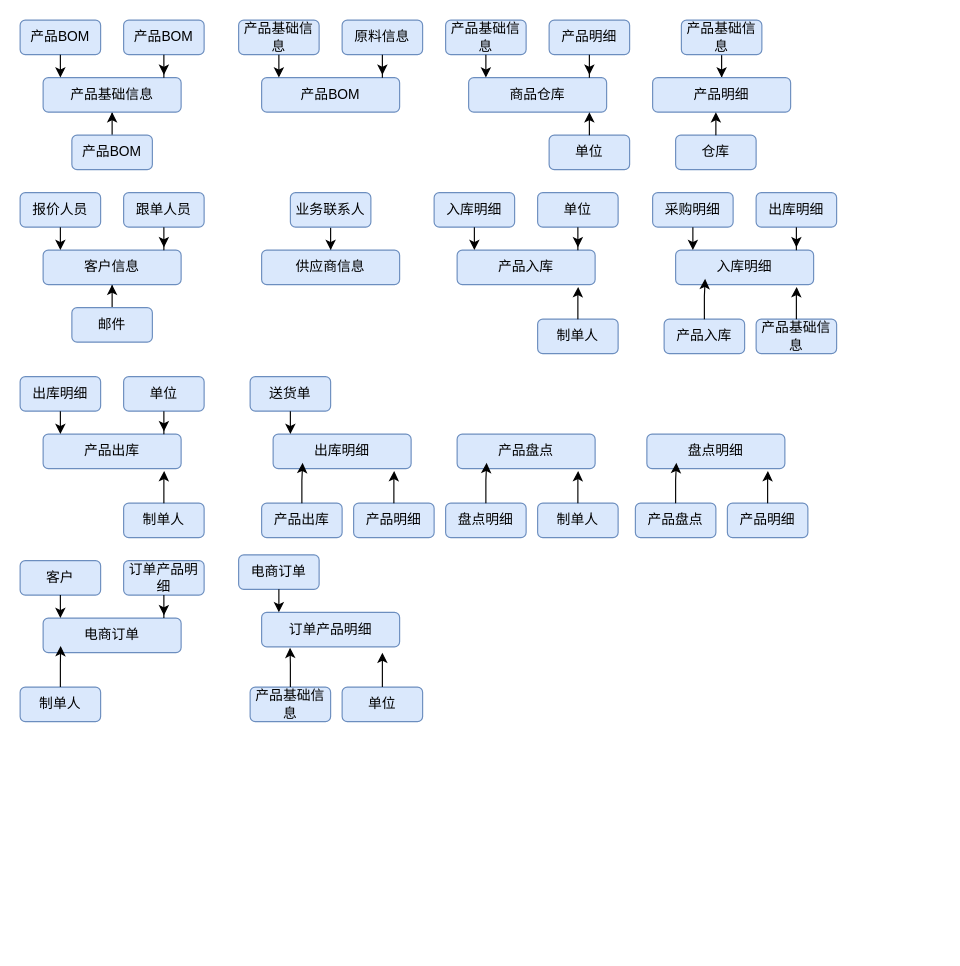
The draw.io diagram ERDiagram.drawio in sbosleo/sbosmobile, before the edit. Source tidied: cells renumbered, new cells numbered last; positions are measured from the earlier drawing's top-left corner, leaving out a move shared by most shapes. Both pictures are drawn from the tidied source at 115%, with x=0, y=0 at pixel (20, 20).
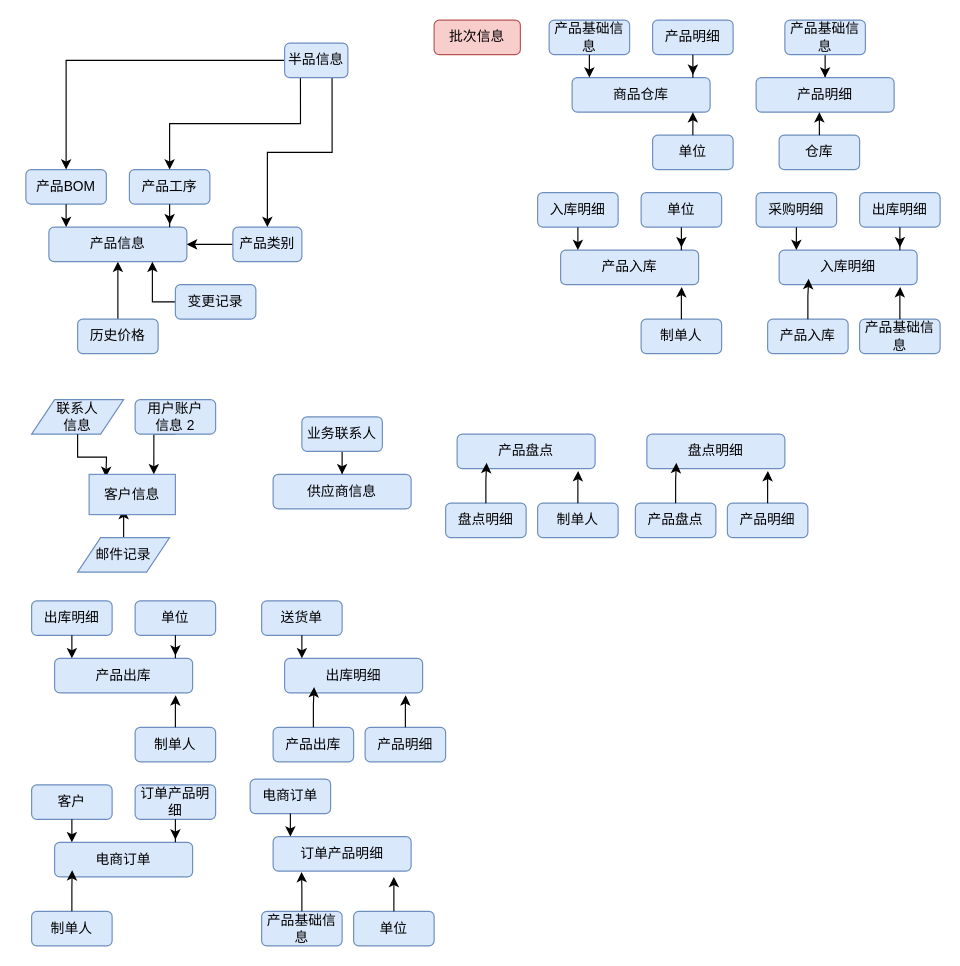
After the change.

Diff of the diagram source:
```diff
@@
     <mxCell id="2" value="产品BOM" style="rounded=1;whiteSpace=wrap;html=1;fillColor=#dae8fc;strokeColor=#6c8ebf;" parent="1" vertex="1">
-      <mxGeometry width="70" height="30" as="geometry" />
+      <mxGeometry x="5" y="130" width="70" height="30" as="geometry" />
     </mxCell>
-    <mxCell id="3" value="产品BOM" style="rounded=1;whiteSpace=wrap;html=1;fillColor=#dae8fc;strokeColor=#6c8ebf;" parent="1" vertex="1">
-      <mxGeometry x="90" width="70" height="30" as="geometry" />
+    <mxCell id="3" value="产品工序" style="rounded=1;whiteSpace=wrap;html=1;fillColor=#dae8fc;strokeColor=#6c8ebf;" parent="1" vertex="1">
+      <mxGeometry x="95" y="130" width="70" height="30" as="geometry" />
     </mxCell>
@@
-    <mxCell id="5" value="产品BOM" style="rounded=1;whiteSpace=wrap;html=1;fillColor=#dae8fc;strokeColor=#6c8ebf;" parent="1" vertex="1">
-      <mxGeometry x="45" y="100" width="70" height="30" as="geometry" />
+    <mxCell id="5" value="历史价格" style="rounded=1;whiteSpace=wrap;html=1;fillColor=#dae8fc;strokeColor=#6c8ebf;" parent="1" vertex="1">
+      <mxGeometry x="50" y="260" width="70" height="30" as="geometry" />
     </mxCell>
-    <mxCell id="6" value="产品基础信息" style="rounded=1;whiteSpace=wrap;html=1;fillColor=#dae8fc;strokeColor=#6c8ebf;" parent="1" vertex="1">
-      <mxGeometry x="20" y="50" width="120" height="30" as="geometry" />
+    <mxCell id="6" value="产品信息" style="rounded=1;whiteSpace=wrap;html=1;fillColor=#dae8fc;strokeColor=#6c8ebf;" parent="1" vertex="1">
+      <mxGeometry x="25" y="180" width="120" height="30" as="geometry" />
     </mxCell>
@@
-    <mxCell id="9" value="产品基础信息" style="rounded=1;whiteSpace=wrap;html=1;fillColor=#dae8fc;strokeColor=#6c8ebf;" parent="1" vertex="1">
-      <mxGeometry x="190" width="70" height="30" as="geometry" />
-    </mxCell>
-    <mxCell id="10" value="原料信息" style="rounded=1;whiteSpace=wrap;html=1;fillColor=#dae8fc;strokeColor=#6c8ebf;" parent="1" vertex="1">
-      <mxGeometry x="280" width="70" height="30" as="geometry" />
-    </mxCell>
-    <mxCell id="11" value="产品BOM" style="rounded=1;whiteSpace=wrap;html=1;fillColor=#dae8fc;strokeColor=#6c8ebf;" parent="1" vertex="1">
-      <mxGeometry x="210" y="50" width="120" height="30" as="geometry" />
-    </mxCell>
-    <mxCell id="12" style="edgeStyle=orthogonalEdgeStyle;rounded=0;jettySize=auto;html=1;entryX=0.13;entryY=-0.006;entryDx=0;entryDy=0;entryPerimeter=0;" parent="1" edge="1" source="9" target="11">
-      <mxGeometry relative="1" as="geometry" />
-    </mxCell>
-    <mxCell id="13" style="edgeStyle=orthogonalEdgeStyle;rounded=0;jettySize=auto;html=1;entryX=0.875;entryY=-0.079;entryDx=0;entryDy=0;entryPerimeter=0;" parent="1" edge="1" source="10" target="11">
-      <mxGeometry relative="1" as="geometry" />
-    </mxCell>
-    <mxCell id="14" value="报价人员" style="rounded=1;whiteSpace=wrap;html=1;fillColor=#dae8fc;strokeColor=#6c8ebf;" parent="1" vertex="1">
-      <mxGeometry y="150" width="70" height="30" as="geometry" />
-    </mxCell>
+    <mxCell id="20" style="edgeStyle=orthogonalEdgeStyle;rounded=0;jettySize=auto;html=1;exitX=0.5;exitY=1;exitDx=0;exitDy=0;entryX=0.75;entryY=0;entryDx=0;entryDy=0;" parent="1" edge="1" source="15" target="18">
+      <mxGeometry relative="1" as="geometry" />
+    </mxCell>
-    <mxCell id="15" value="跟单人员" style="rounded=1;whiteSpace=wrap;html=1;fillColor=#dae8fc;strokeColor=#6c8ebf;" parent="1" vertex="1">
-      <mxGeometry x="90" y="150" width="70" height="30" as="geometry" />
+    <mxCell id="15" value="用户账户&lt;div&gt;信息 2&lt;/div&gt;" style="rounded=1;whiteSpace=wrap;html=1;fillColor=#dae8fc;strokeColor=#6c8ebf;" parent="1" vertex="1">
+      <mxGeometry x="100" y="330" width="70" height="30" as="geometry" />
     </mxCell>
-    <mxCell id="16" style="edgeStyle=orthogonalEdgeStyle;rounded=0;jettySize=auto;html=1;entryX=0.5;entryY=1;entryDx=0;entryDy=0;" parent="1" edge="1" source="17" target="18">
-      <mxGeometry relative="1" as="geometry" />
+    <mxCell id="16" style="edgeStyle=orthogonalEdgeStyle;rounded=0;jettySize=auto;html=1;entryX=0.5;entryY=1;entryDx=0;entryDy=0;exitX=0.5;exitY=0;exitDx=0;exitDy=0;" parent="1" edge="1" source="101">
+      <mxGeometry relative="1" as="geometry">
+        <mxPoint x="90" y="425" as="targetPoint" />
+      </mxGeometry>
     </mxCell>
-    <mxCell id="17" value="邮件" style="rounded=1;whiteSpace=wrap;html=1;fillColor=#dae8fc;strokeColor=#6c8ebf;" parent="1" vertex="1">
-      <mxGeometry x="45" y="250" width="70" height="30" as="geometry" />
-    </mxCell>
-    <mxCell id="18" value="客户信息" style="rounded=1;whiteSpace=wrap;html=1;fillColor=#dae8fc;strokeColor=#6c8ebf;" parent="1" vertex="1">
-      <mxGeometry x="20" y="200" width="120" height="30" as="geometry" />
-    </mxCell>
-    <mxCell id="19" style="edgeStyle=orthogonalEdgeStyle;rounded=0;jettySize=auto;html=1;entryX=0.13;entryY=-0.006;entryDx=0;entryDy=0;entryPerimeter=0;" parent="1" edge="1" source="14" target="18">
-      <mxGeometry relative="1" as="geometry" />
-    </mxCell>
-    <mxCell id="20" style="edgeStyle=orthogonalEdgeStyle;rounded=0;jettySize=auto;html=1;entryX=0.875;entryY=-0.079;entryDx=0;entryDy=0;entryPerimeter=0;" parent="1" edge="1" source="15" target="18">
-      <mxGeometry relative="1" as="geometry" />
-    </mxCell>
@@
     <mxCell id="22" value="业务联系人" style="rounded=1;whiteSpace=wrap;html=1;fillColor=#dae8fc;strokeColor=#6c8ebf;" parent="1" vertex="1">
-      <mxGeometry x="235" y="150" width="70" height="30" as="geometry" />
+      <mxGeometry x="245" y="345" width="70" height="30" as="geometry" />
     </mxCell>
     <mxCell id="23" value="供应商信息" style="rounded=1;whiteSpace=wrap;html=1;fillColor=#dae8fc;strokeColor=#6c8ebf;" parent="1" vertex="1">
-      <mxGeometry x="210" y="200" width="120" height="30" as="geometry" />
+      <mxGeometry x="220" y="395" width="120" height="30" as="geometry" />
     </mxCell>
     <mxCell id="24" value="产品基础信息" style="rounded=1;whiteSpace=wrap;html=1;fillColor=#dae8fc;strokeColor=#6c8ebf;" parent="1" vertex="1">
-      <mxGeometry x="370" width="70" height="30" as="geometry" />
+      <mxGeometry x="460" width="70" height="30" as="geometry" />
     </mxCell>
     <mxCell id="25" value="产品明细" style="rounded=1;whiteSpace=wrap;html=1;fillColor=#dae8fc;strokeColor=#6c8ebf;" parent="1" vertex="1">
-      <mxGeometry x="460" width="70" height="30" as="geometry" />
+      <mxGeometry x="550" width="70" height="30" as="geometry" />
     </mxCell>
     <mxCell id="26" value="仓库" style="rounded=1;whiteSpace=wrap;html=1;fillColor=#dae8fc;strokeColor=#6c8ebf;" parent="1" vertex="1">
-      <mxGeometry x="570" y="100" width="70" height="30" as="geometry" />
+      <mxGeometry x="660" y="100" width="70" height="30" as="geometry" />
     </mxCell>
     <mxCell id="27" value="商品仓库" style="rounded=1;whiteSpace=wrap;html=1;fillColor=#dae8fc;strokeColor=#6c8ebf;" parent="1" vertex="1">
-      <mxGeometry x="390" y="50" width="120" height="30" as="geometry" />
+      <mxGeometry x="480" y="50" width="120" height="30" as="geometry" />
     </mxCell>
@@
     <mxCell id="30" value="单位" style="rounded=1;whiteSpace=wrap;html=1;fillColor=#dae8fc;strokeColor=#6c8ebf;" parent="1" vertex="1">
-      <mxGeometry x="460" y="100" width="70" height="30" as="geometry" />
+      <mxGeometry x="550" y="100" width="70" height="30" as="geometry" />
     </mxCell>
@@
     <mxCell id="32" value="产品基础信息" style="rounded=1;whiteSpace=wrap;html=1;fillColor=#dae8fc;strokeColor=#6c8ebf;" parent="1" vertex="1">
-      <mxGeometry x="575" width="70" height="30" as="geometry" />
+      <mxGeometry x="665" width="70" height="30" as="geometry" />
     </mxCell>
     <mxCell id="33" value="产品明细" style="rounded=1;whiteSpace=wrap;html=1;fillColor=#dae8fc;strokeColor=#6c8ebf;" parent="1" vertex="1">
-      <mxGeometry x="550" y="50" width="120" height="30" as="geometry" />
+      <mxGeometry x="640" y="50" width="120" height="30" as="geometry" />
     </mxCell>
@@
     <mxCell id="35" value="入库明细" style="rounded=1;whiteSpace=wrap;html=1;fillColor=#dae8fc;strokeColor=#6c8ebf;" parent="1" vertex="1">
-      <mxGeometry x="360" y="150" width="70" height="30" as="geometry" />
+      <mxGeometry x="450" y="150" width="70" height="30" as="geometry" />
     </mxCell>
     <mxCell id="36" value="单位" style="rounded=1;whiteSpace=wrap;html=1;fillColor=#dae8fc;strokeColor=#6c8ebf;" parent="1" vertex="1">
-      <mxGeometry x="450" y="150" width="70" height="30" as="geometry" />
+      <mxGeometry x="540" y="150" width="70" height="30" as="geometry" />
     </mxCell>
     <mxCell id="37" value="产品入库" style="rounded=1;whiteSpace=wrap;html=1;fillColor=#dae8fc;strokeColor=#6c8ebf;" parent="1" vertex="1">
-      <mxGeometry x="380" y="200" width="120" height="30" as="geometry" />
+      <mxGeometry x="470" y="200" width="120" height="30" as="geometry" />
     </mxCell>
@@
     <mxCell id="40" value="制单人" style="rounded=1;whiteSpace=wrap;html=1;fillColor=#dae8fc;strokeColor=#6c8ebf;" parent="1" vertex="1">
-      <mxGeometry x="450" y="260" width="70" height="30" as="geometry" />
+      <mxGeometry x="540" y="260" width="70" height="30" as="geometry" />
     </mxCell>
@@
     <mxCell id="42" value="采购明细" style="rounded=1;whiteSpace=wrap;html=1;fillColor=#dae8fc;strokeColor=#6c8ebf;" parent="1" vertex="1">
-      <mxGeometry x="550" y="150" width="70" height="30" as="geometry" />
+      <mxGeometry x="640" y="150" width="70" height="30" as="geometry" />
     </mxCell>
     <mxCell id="43" value="出库明细" style="rounded=1;whiteSpace=wrap;html=1;fillColor=#dae8fc;strokeColor=#6c8ebf;" parent="1" vertex="1">
-      <mxGeometry x="640" y="150" width="70" height="30" as="geometry" />
+      <mxGeometry x="730" y="150" width="70" height="30" as="geometry" />
     </mxCell>
     <mxCell id="44" value="入库明细" style="rounded=1;whiteSpace=wrap;html=1;fillColor=#dae8fc;strokeColor=#6c8ebf;" parent="1" vertex="1">
-      <mxGeometry x="570" y="200" width="120" height="30" as="geometry" />
+      <mxGeometry x="660" y="200" width="120" height="30" as="geometry" />
     </mxCell>
@@
     <mxCell id="47" value="产品基础信息" style="rounded=1;whiteSpace=wrap;html=1;fillColor=#dae8fc;strokeColor=#6c8ebf;" parent="1" vertex="1">
-      <mxGeometry x="640" y="260" width="70" height="30" as="geometry" />
+      <mxGeometry x="730" y="260" width="70" height="30" as="geometry" />
     </mxCell>
@@
     <mxCell id="49" value="产品入库" style="rounded=1;whiteSpace=wrap;html=1;fillColor=#dae8fc;strokeColor=#6c8ebf;" parent="1" vertex="1">
-      <mxGeometry x="560" y="260" width="70" height="30" as="geometry" />
+      <mxGeometry x="650" y="260" width="70" height="30" as="geometry" />
     </mxCell>
@@
     <mxCell id="52" value="出库明细" style="rounded=1;whiteSpace=wrap;html=1;fillColor=#dae8fc;strokeColor=#6c8ebf;" parent="1" vertex="1">
-      <mxGeometry y="310" width="70" height="30" as="geometry" />
+      <mxGeometry x="10" y="505" width="70" height="30" as="geometry" />
     </mxCell>
     <mxCell id="53" value="单位" style="rounded=1;whiteSpace=wrap;html=1;fillColor=#dae8fc;strokeColor=#6c8ebf;" parent="1" vertex="1">
-      <mxGeometry x="90" y="310" width="70" height="30" as="geometry" />
+      <mxGeometry x="100" y="505" width="70" height="30" as="geometry" />
     </mxCell>
     <mxCell id="54" value="产品出库" style="rounded=1;whiteSpace=wrap;html=1;fillColor=#dae8fc;strokeColor=#6c8ebf;" parent="1" vertex="1">
-      <mxGeometry x="20" y="360" width="120" height="30" as="geometry" />
+      <mxGeometry x="30" y="555" width="120" height="30" as="geometry" />
     </mxCell>
@@
     <mxCell id="57" value="制单人" style="rounded=1;whiteSpace=wrap;html=1;fillColor=#dae8fc;strokeColor=#6c8ebf;" parent="1" vertex="1">
-      <mxGeometry x="90" y="420" width="70" height="30" as="geometry" />
+      <mxGeometry x="100" y="615" width="70" height="30" as="geometry" />
     </mxCell>
@@
     <mxCell id="59" value="送货单" style="rounded=1;whiteSpace=wrap;html=1;fillColor=#dae8fc;strokeColor=#6c8ebf;" parent="1" vertex="1">
-      <mxGeometry x="200" y="310" width="70" height="30" as="geometry" />
+      <mxGeometry x="210" y="505" width="70" height="30" as="geometry" />
     </mxCell>
     <mxCell id="60" value="出库明细" style="rounded=1;whiteSpace=wrap;html=1;fillColor=#dae8fc;strokeColor=#6c8ebf;" parent="1" vertex="1">
-      <mxGeometry x="220" y="360" width="120" height="30" as="geometry" />
+      <mxGeometry x="230" y="555" width="120" height="30" as="geometry" />
     </mxCell>
@@
     <mxCell id="62" value="产品明细" style="rounded=1;whiteSpace=wrap;html=1;fillColor=#dae8fc;strokeColor=#6c8ebf;" parent="1" vertex="1">
-      <mxGeometry x="290" y="420" width="70" height="30" as="geometry" />
+      <mxGeometry x="300" y="615" width="70" height="30" as="geometry" />
     </mxCell>
@@
     <mxCell id="64" value="产品出库" style="rounded=1;whiteSpace=wrap;html=1;fillColor=#dae8fc;strokeColor=#6c8ebf;" parent="1" vertex="1">
-      <mxGeometry x="210" y="420" width="70" height="30" as="geometry" />
+      <mxGeometry x="220" y="615" width="70" height="30" as="geometry" />
     </mxCell>
@@
     <mxCell id="76" value="客户" style="rounded=1;whiteSpace=wrap;html=1;fillColor=#dae8fc;strokeColor=#6c8ebf;" parent="1" vertex="1">
-      <mxGeometry y="470" width="70" height="30" as="geometry" />
+      <mxGeometry x="10" y="665" width="70" height="30" as="geometry" />
     </mxCell>
     <mxCell id="77" value="订单产品明细" style="rounded=1;whiteSpace=wrap;html=1;fillColor=#dae8fc;strokeColor=#6c8ebf;" parent="1" vertex="1">
-      <mxGeometry x="90" y="470" width="70" height="30" as="geometry" />
+      <mxGeometry x="100" y="665" width="70" height="30" as="geometry" />
     </mxCell>
     <mxCell id="78" value="电商订单" style="rounded=1;whiteSpace=wrap;html=1;fillColor=#dae8fc;strokeColor=#6c8ebf;" parent="1" vertex="1">
-      <mxGeometry x="20" y="520" width="120" height="30" as="geometry" />
+      <mxGeometry x="30" y="715" width="120" height="30" as="geometry" />
     </mxCell>
@@
     <mxCell id="81" value="制单人" style="rounded=1;whiteSpace=wrap;html=1;fillColor=#dae8fc;strokeColor=#6c8ebf;" parent="1" vertex="1">
-      <mxGeometry y="580" width="70" height="30" as="geometry" />
+      <mxGeometry x="10" y="775" width="70" height="30" as="geometry" />
     </mxCell>
@@
     <mxCell id="83" value="电商订单" style="rounded=1;whiteSpace=wrap;html=1;fillColor=#dae8fc;strokeColor=#6c8ebf;" parent="1" vertex="1">
-      <mxGeometry x="190" y="465" width="70" height="30" as="geometry" />
+      <mxGeometry x="200" y="660" width="70" height="30" as="geometry" />
     </mxCell>
     <mxCell id="84" value="订单产品明细" style="rounded=1;whiteSpace=wrap;html=1;fillColor=#dae8fc;strokeColor=#6c8ebf;" parent="1" vertex="1">
-      <mxGeometry x="210" y="515" width="120" height="30" as="geometry" />
+      <mxGeometry x="220" y="710" width="120" height="30" as="geometry" />
     </mxCell>
@@
     <mxCell id="86" value="产品基础信息" style="rounded=1;whiteSpace=wrap;html=1;fillColor=#dae8fc;strokeColor=#6c8ebf;" parent="1" vertex="1">
-      <mxGeometry x="200" y="580" width="70" height="30" as="geometry" />
+      <mxGeometry x="210" y="775" width="70" height="30" as="geometry" />
     </mxCell>
     <mxCell id="87" value="单位" style="rounded=1;whiteSpace=wrap;html=1;fillColor=#dae8fc;strokeColor=#6c8ebf;" parent="1" vertex="1">
-      <mxGeometry x="280" y="580" width="70" height="30" as="geometry" />
+      <mxGeometry x="290" y="775" width="70" height="30" as="geometry" />
     </mxCell>
@@
+    <mxCell id="90" style="edgeStyle=orthogonalEdgeStyle;rounded=0;jettySize=auto;html=1;exitX=0;exitY=0.5;exitDx=0;exitDy=0;entryX=1;entryY=0.5;entryDx=0;entryDy=0;" parent="1" edge="1" source="91" target="6">
+      <mxGeometry relative="1" as="geometry" />
+    </mxCell>
+    <mxCell id="91" value="产品类别" style="rounded=1;whiteSpace=wrap;html=1;fillColor=#dae8fc;strokeColor=#6c8ebf;" parent="1" vertex="1">
+      <mxGeometry x="185" y="180" width="60" height="30" as="geometry" />
+    </mxCell>
+    <mxCell id="92" style="edgeStyle=orthogonalEdgeStyle;rounded=0;jettySize=auto;html=1;exitX=0;exitY=0.5;exitDx=0;exitDy=0;entryX=0.75;entryY=1;entryDx=0;entryDy=0;" parent="1" edge="1" source="93" target="6">
+      <mxGeometry relative="1" as="geometry" />
+    </mxCell>
+    <mxCell id="93" value="变更记录" style="rounded=1;whiteSpace=wrap;html=1;fillColor=#dae8fc;strokeColor=#6c8ebf;" parent="1" vertex="1">
+      <mxGeometry x="135" y="230" width="70" height="30" as="geometry" />
+    </mxCell>
+    <mxCell id="94" value="批次信息" style="rounded=1;whiteSpace=wrap;html=1;fillColor=#f8cecc;strokeColor=#b85450;" parent="1" vertex="1">
+      <mxGeometry x="360" width="75" height="30" as="geometry" />
+    </mxCell>
+    <mxCell id="95" style="edgeStyle=orthogonalEdgeStyle;rounded=0;jettySize=auto;html=1;exitX=0;exitY=0.5;exitDx=0;exitDy=0;entryX=0.5;entryY=0;entryDx=0;entryDy=0;" parent="1" edge="1" source="98" target="2">
+      <mxGeometry relative="1" as="geometry" />
+    </mxCell>
+    <mxCell id="96" style="edgeStyle=orthogonalEdgeStyle;rounded=0;jettySize=auto;html=1;exitX=0.25;exitY=1;exitDx=0;exitDy=0;entryX=0.5;entryY=0;entryDx=0;entryDy=0;" parent="1" edge="1" source="98" target="3">
+      <mxGeometry relative="1" as="geometry" />
+    </mxCell>
+    <mxCell id="97" style="edgeStyle=orthogonalEdgeStyle;rounded=0;jettySize=auto;html=1;exitX=0.75;exitY=1;exitDx=0;exitDy=0;" parent="1" edge="1" source="98" target="91">
+      <mxGeometry relative="1" as="geometry" />
+    </mxCell>
+    <mxCell id="98" value="半品信息" style="rounded=1;whiteSpace=wrap;html=1;fillColor=#dae8fc;strokeColor=#6c8ebf;" parent="1" vertex="1">
+      <mxGeometry x="230" y="20" width="55" height="30" as="geometry" />
+    </mxCell>
+    <mxCell id="99" value="联系人&lt;div&gt;信息&lt;/div&gt;" style="shape=parallelogram;perimeter=parallelogramPerimeter;whiteSpace=wrap;html=1;fixedSize=1;fillColor=#dae8fc;strokeColor=#6c8ebf;" parent="1" vertex="1">
+      <mxGeometry x="10" y="330" width="80" height="30" as="geometry" />
+    </mxCell>
+    <mxCell id="100" style="edgeStyle=orthogonalEdgeStyle;rounded=0;jettySize=auto;html=1;exitX=0.5;exitY=1;exitDx=0;exitDy=0;entryX=0.372;entryY=0.078;entryDx=0;entryDy=0;entryPerimeter=0;" parent="1" edge="1" source="99">
+      <mxGeometry relative="1" as="geometry">
+        <mxPoint x="74.6" y="397.3" as="targetPoint" />
+      </mxGeometry>
+    </mxCell>
+    <mxCell id="18" value="客户信息" style="rounded=0;whiteSpace=wrap;html=1;fillColor=#dae8fc;strokeColor=#6c8ebf;" parent="1" vertex="1">
+      <mxGeometry x="60" y="395" width="75" height="35" as="geometry" />
+    </mxCell>
+    <mxCell id="101" value="邮件记录" style="shape=parallelogram;perimeter=parallelogramPerimeter;whiteSpace=wrap;html=1;fixedSize=1;fillColor=#dae8fc;strokeColor=#6c8ebf;" parent="1" vertex="1">
+      <mxGeometry x="50" y="450" width="80" height="30" as="geometry" />
+    </mxCell>
```
